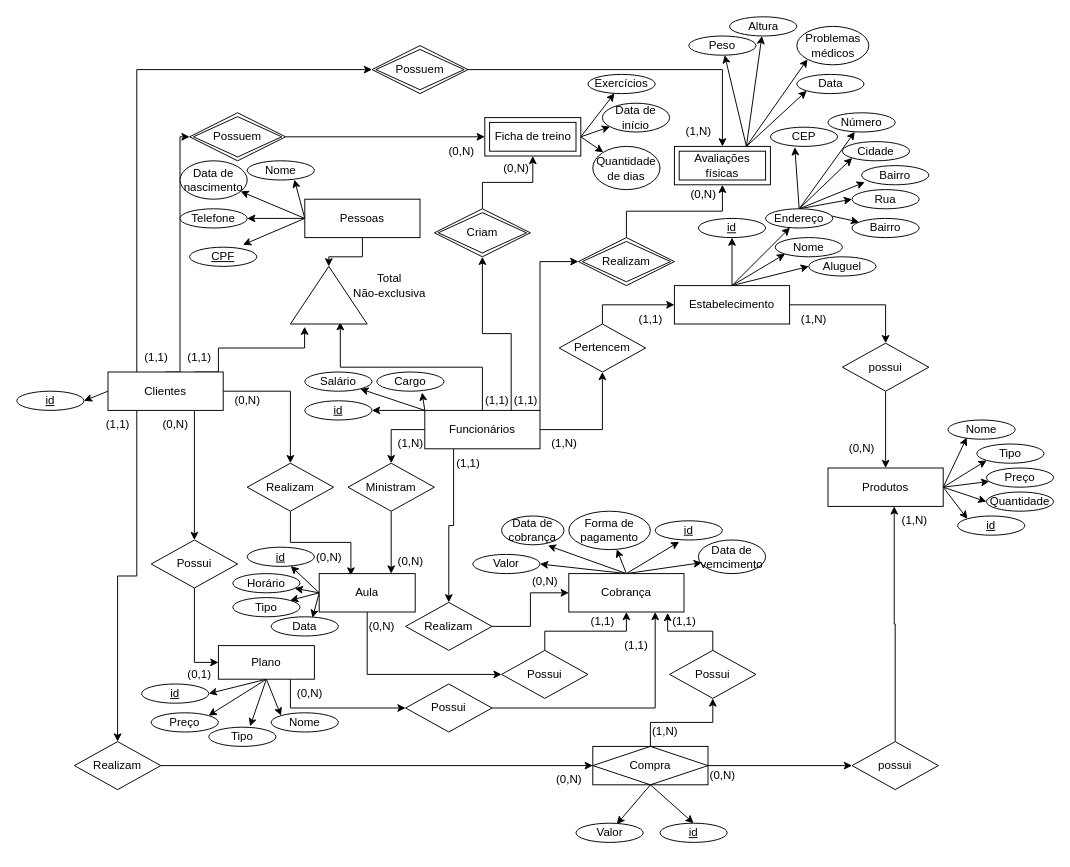
Earlier version of the draw.io diagram Conceitual/ModeloConceitual.drawio (FelipeABG/DBacademia-PUCPR). Source tidied: cells renumbered, new cells numbered last; positions are measured from the earlier drawing's top-left corner, leaving out a move shared by most shapes. Both pictures are drawn from the tidied source at 96%, with x=0, y=0 at pixel (16, 16).
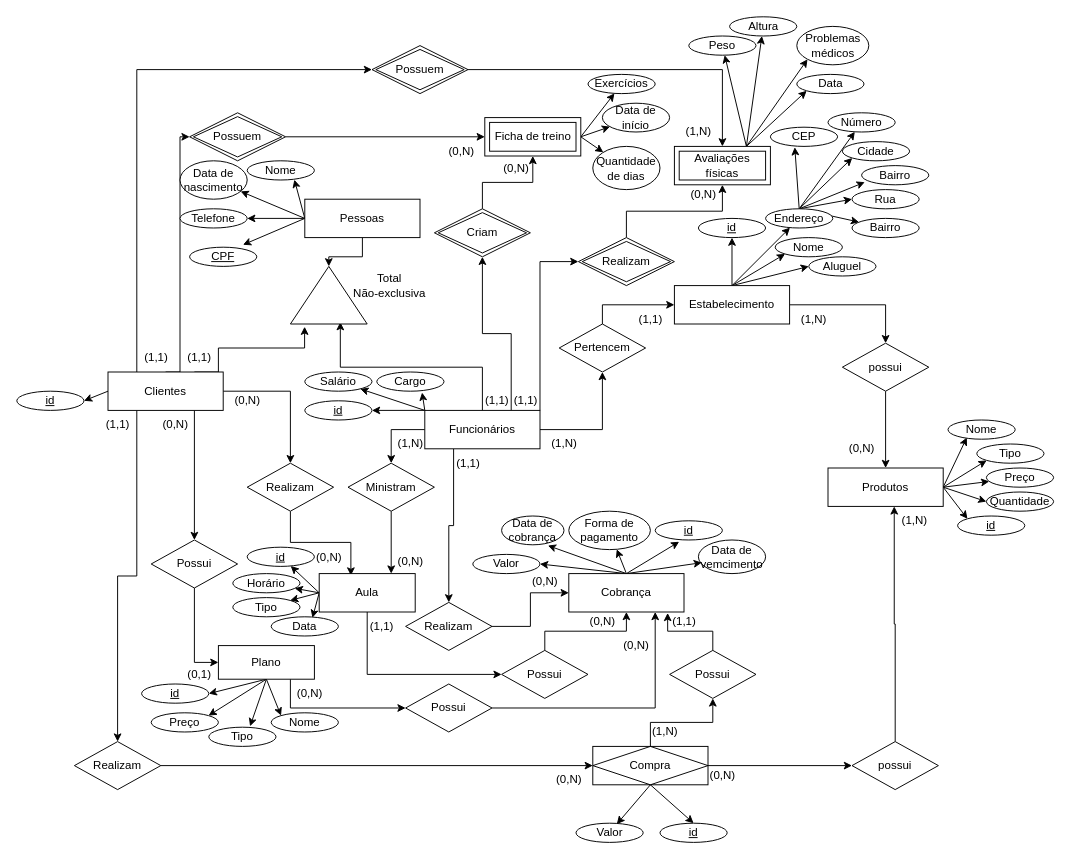
The same page after the edit.

Commit message (it also covers changes not shown here):
mudancas no logico e conceitual

Diff of the diagram source:
```diff
@@
-    <mxCell id="169" value="(1,1)" style="text;html=1;align=center;verticalAlign=middle;strokeColor=none;fillColor=none;" parent="1" vertex="1">
+    <mxCell id="169" value="(0,N)" style="text;html=1;align=center;verticalAlign=middle;strokeColor=none;fillColor=none;" parent="1" vertex="1">
       <mxGeometry x="620" y="640" width="50" height="30" as="geometry" />
     </mxCell>
@@
-    <mxCell id="171" value="(1,1)" style="text;html=1;align=center;verticalAlign=middle;strokeColor=none;fillColor=none;" parent="1" vertex="1">
+    <mxCell id="171" value="(0,N)" style="text;html=1;align=center;verticalAlign=middle;strokeColor=none;fillColor=none;" parent="1" vertex="1">
       <mxGeometry x="585" y="615" width="50" height="30" as="geometry" />
     </mxCell>
-    <mxCell id="172" value="(0,N)" style="text;html=1;align=center;verticalAlign=middle;strokeColor=none;fillColor=none;" parent="1" vertex="1">
+    <mxCell id="172" value="(1,1)" style="text;html=1;align=center;verticalAlign=middle;strokeColor=none;fillColor=none;" parent="1" vertex="1">
       <mxGeometry x="355" y="620" width="50" height="30" as="geometry" />
     </mxCell>
```
